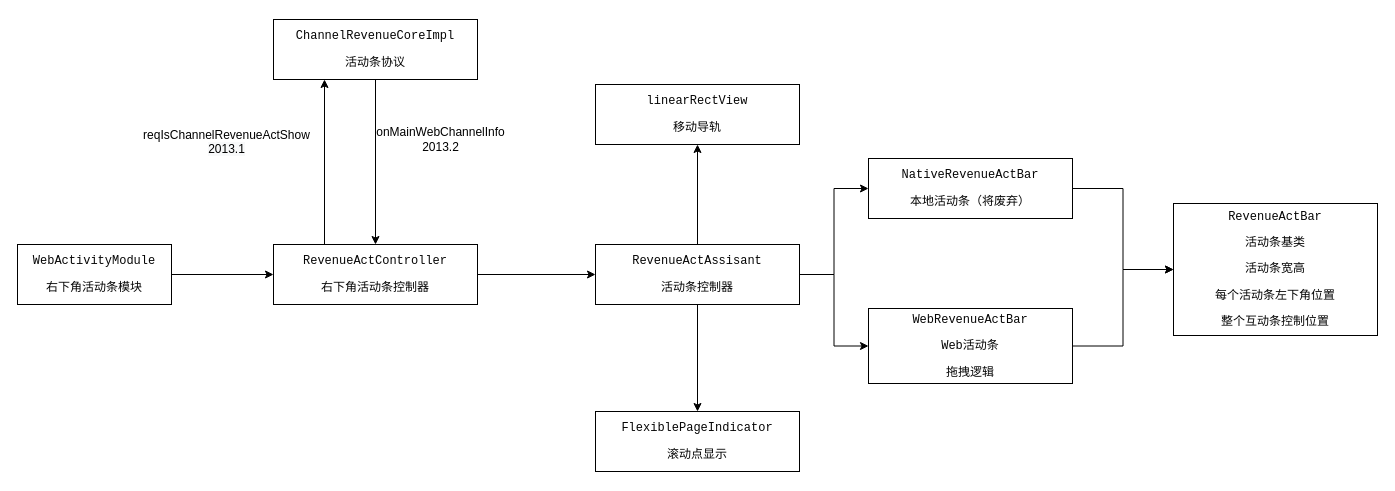
The draw.io diagram page "活动条1" (2 of 3) of 活动条.drawio in cangwang/news, before the edit. Source tidied: cells renumbered, new cells numbered last; positions are measured from the earlier drawing's top-left corner, leaving out a move shared by most shapes. Both pictures are drawn from the tidied source at 100%, with x=0, y=0 at pixel (17, 19).
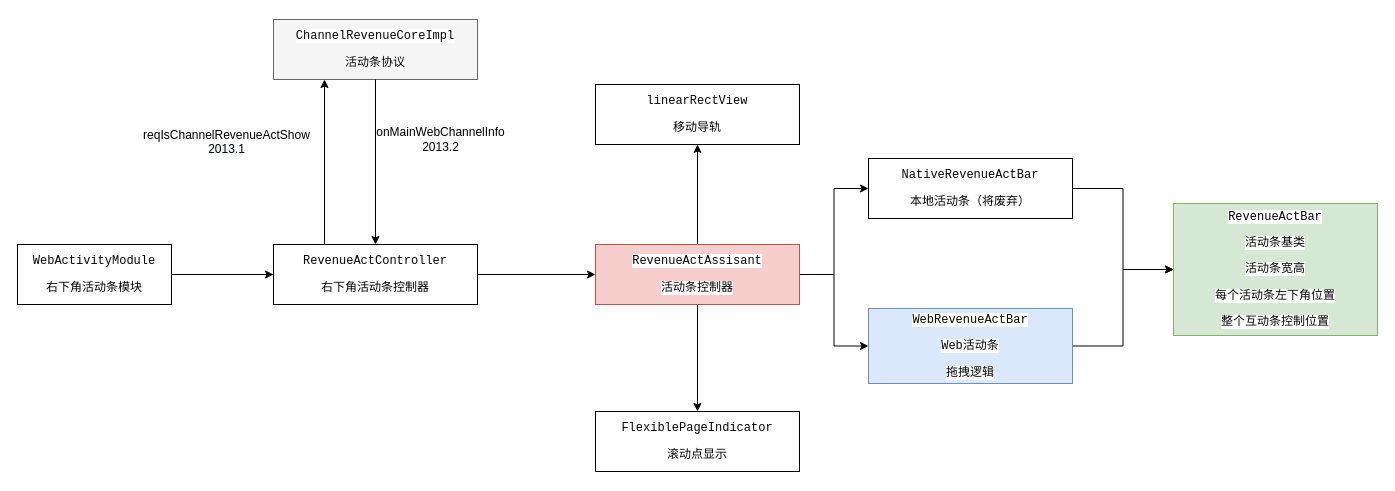
After the change.

Change to the diagram source:
```diff
@@
-    <mxCell id="7" value="&lt;pre style=&quot;font-size: 9pt&quot;&gt;&lt;font color=&quot;#050505&quot;&gt;&lt;span style=&quot;background-color: rgb(255 , 255 , 255)&quot;&gt;ChannelRevenueCoreImpl&lt;/span&gt;&lt;/font&gt;&lt;/pre&gt;&lt;pre style=&quot;font-size: 9pt&quot;&gt;&lt;font color=&quot;#050505&quot;&gt;&lt;span style=&quot;background-color: rgb(255 , 255 , 255)&quot;&gt;活动条协议&lt;/span&gt;&lt;/font&gt;&lt;/pre&gt;" style="rounded=0;whiteSpace=wrap;html=1;" parent="1" vertex="1">
+    <mxCell id="7" value="&lt;pre style=&quot;font-size: 9pt&quot;&gt;&lt;font color=&quot;#050505&quot;&gt;&lt;span style=&quot;background-color: rgb(255 , 255 , 255)&quot;&gt;ChannelRevenueCoreImpl&lt;/span&gt;&lt;/font&gt;&lt;/pre&gt;&lt;pre style=&quot;font-size: 9pt&quot;&gt;&lt;font color=&quot;#050505&quot;&gt;&lt;span style=&quot;background-color: rgb(255 , 255 , 255)&quot;&gt;活动条协议&lt;/span&gt;&lt;/font&gt;&lt;/pre&gt;" style="rounded=0;whiteSpace=wrap;html=1;fillColor=#f5f5f5;strokeColor=#666666;fontColor=#333333;" parent="1" vertex="1">
       <mxGeometry x="256" width="204" height="60" as="geometry" />
     </mxCell>
@@
-    <mxCell id="14" value="&lt;pre style=&quot;font-size: 9pt&quot;&gt;&lt;font color=&quot;#050505&quot;&gt;&lt;span style=&quot;background-color: rgb(255 , 255 , 255)&quot;&gt;RevenueActAssisant&lt;/span&gt;&lt;/font&gt;&lt;/pre&gt;&lt;pre style=&quot;font-size: 9pt&quot;&gt;&lt;span style=&quot;background-color: rgb(255 , 255 , 255)&quot;&gt;&lt;font color=&quot;#050505&quot;&gt;活动条控制器&lt;/font&gt;&lt;/span&gt;&lt;/pre&gt;" style="rounded=0;whiteSpace=wrap;html=1;" parent="1" vertex="1">
+    <mxCell id="14" value="&lt;pre style=&quot;font-size: 9pt&quot;&gt;&lt;font color=&quot;#050505&quot;&gt;&lt;span style=&quot;background-color: rgb(255 , 255 , 255)&quot;&gt;RevenueActAssisant&lt;/span&gt;&lt;/font&gt;&lt;/pre&gt;&lt;pre style=&quot;font-size: 9pt&quot;&gt;&lt;span style=&quot;background-color: rgb(255 , 255 , 255)&quot;&gt;&lt;font color=&quot;#050505&quot;&gt;活动条控制器&lt;/font&gt;&lt;/span&gt;&lt;/pre&gt;" style="rounded=0;whiteSpace=wrap;html=1;fillColor=#f8cecc;strokeColor=#b85450;" parent="1" vertex="1">
       <mxGeometry x="578" y="225" width="204" height="60" as="geometry" />
     </mxCell>
@@
-    <mxCell id="18" value="&lt;pre style=&quot;font-size: 9pt&quot;&gt;&lt;font color=&quot;#050505&quot;&gt;&lt;span style=&quot;background-color: rgb(255 , 255 , 255)&quot;&gt;WebRevenueActBar&lt;/span&gt;&lt;/font&gt;&lt;/pre&gt;&lt;pre style=&quot;font-size: 9pt&quot;&gt;&lt;span style=&quot;background-color: rgb(255 , 255 , 255)&quot;&gt;&lt;font color=&quot;#050505&quot;&gt;Web活动条&lt;/font&gt;&lt;/span&gt;&lt;/pre&gt;&lt;pre style=&quot;font-size: 9pt&quot;&gt;&lt;span style=&quot;background-color: rgb(255 , 255 , 255)&quot;&gt;&lt;font color=&quot;#050505&quot;&gt;拖拽逻辑&lt;/font&gt;&lt;/span&gt;&lt;/pre&gt;" style="rounded=0;whiteSpace=wrap;html=1;" parent="1" vertex="1">
+    <mxCell id="18" value="&lt;pre style=&quot;font-size: 9pt&quot;&gt;&lt;font color=&quot;#050505&quot;&gt;&lt;span style=&quot;background-color: rgb(255 , 255 , 255)&quot;&gt;WebRevenueActBar&lt;/span&gt;&lt;/font&gt;&lt;/pre&gt;&lt;pre style=&quot;font-size: 9pt&quot;&gt;&lt;span style=&quot;background-color: rgb(255 , 255 , 255)&quot;&gt;&lt;font color=&quot;#050505&quot;&gt;Web活动条&lt;/font&gt;&lt;/span&gt;&lt;/pre&gt;&lt;pre style=&quot;font-size: 9pt&quot;&gt;&lt;span style=&quot;background-color: rgb(255 , 255 , 255)&quot;&gt;&lt;font color=&quot;#050505&quot;&gt;拖拽逻辑&lt;/font&gt;&lt;/span&gt;&lt;/pre&gt;" style="rounded=0;whiteSpace=wrap;html=1;fillColor=#dae8fc;strokeColor=#6c8ebf;" parent="1" vertex="1">
       <mxGeometry x="851" y="289" width="204" height="75" as="geometry" />
     </mxCell>
-    <mxCell id="19" value="&lt;pre style=&quot;font-size: 9pt&quot;&gt;&lt;font color=&quot;#050505&quot;&gt;&lt;span style=&quot;background-color: rgb(255 , 255 , 255)&quot;&gt;RevenueActBar&lt;/span&gt;&lt;/font&gt;&lt;/pre&gt;&lt;pre style=&quot;font-size: 9pt&quot;&gt;&lt;font color=&quot;#050505&quot;&gt;&lt;span style=&quot;background-color: rgb(255 , 255 , 255)&quot;&gt;活动条基类&lt;/span&gt;&lt;/font&gt;&lt;/pre&gt;&lt;pre style=&quot;font-size: 9pt&quot;&gt;&lt;font color=&quot;#050505&quot;&gt;&lt;span style=&quot;background-color: rgb(255 , 255 , 255)&quot;&gt;活动条宽高&lt;/span&gt;&lt;/font&gt;&lt;/pre&gt;&lt;pre style=&quot;font-size: 9pt&quot;&gt;&lt;font color=&quot;#050505&quot;&gt;&lt;span style=&quot;background-color: rgb(255 , 255 , 255)&quot;&gt;每个活动条左下角位置&lt;/span&gt;&lt;/font&gt;&lt;/pre&gt;&lt;pre style=&quot;font-size: 9pt&quot;&gt;&lt;font color=&quot;#050505&quot;&gt;&lt;span style=&quot;background-color: rgb(255 , 255 , 255)&quot;&gt;整个互动条控制位置&lt;/span&gt;&lt;/font&gt;&lt;/pre&gt;" style="rounded=0;whiteSpace=wrap;html=1;" parent="1" vertex="1">
+    <mxCell id="19" value="&lt;pre style=&quot;font-size: 9pt&quot;&gt;&lt;font color=&quot;#050505&quot;&gt;&lt;span style=&quot;background-color: rgb(255 , 255 , 255)&quot;&gt;RevenueActBar&lt;/span&gt;&lt;/font&gt;&lt;/pre&gt;&lt;pre style=&quot;font-size: 9pt&quot;&gt;&lt;font color=&quot;#050505&quot;&gt;&lt;span style=&quot;background-color: rgb(255 , 255 , 255)&quot;&gt;活动条基类&lt;/span&gt;&lt;/font&gt;&lt;/pre&gt;&lt;pre style=&quot;font-size: 9pt&quot;&gt;&lt;font color=&quot;#050505&quot;&gt;&lt;span style=&quot;background-color: rgb(255 , 255 , 255)&quot;&gt;活动条宽高&lt;/span&gt;&lt;/font&gt;&lt;/pre&gt;&lt;pre style=&quot;font-size: 9pt&quot;&gt;&lt;font color=&quot;#050505&quot;&gt;&lt;span style=&quot;background-color: rgb(255 , 255 , 255)&quot;&gt;每个活动条左下角位置&lt;/span&gt;&lt;/font&gt;&lt;/pre&gt;&lt;pre style=&quot;font-size: 9pt&quot;&gt;&lt;font color=&quot;#050505&quot;&gt;&lt;span style=&quot;background-color: rgb(255 , 255 , 255)&quot;&gt;整个互动条控制位置&lt;/span&gt;&lt;/font&gt;&lt;/pre&gt;" style="rounded=0;whiteSpace=wrap;html=1;fillColor=#d5e8d4;strokeColor=#82b366;" parent="1" vertex="1">
       <mxGeometry x="1156" y="184" width="204" height="132" as="geometry" />
     </mxCell>
```
